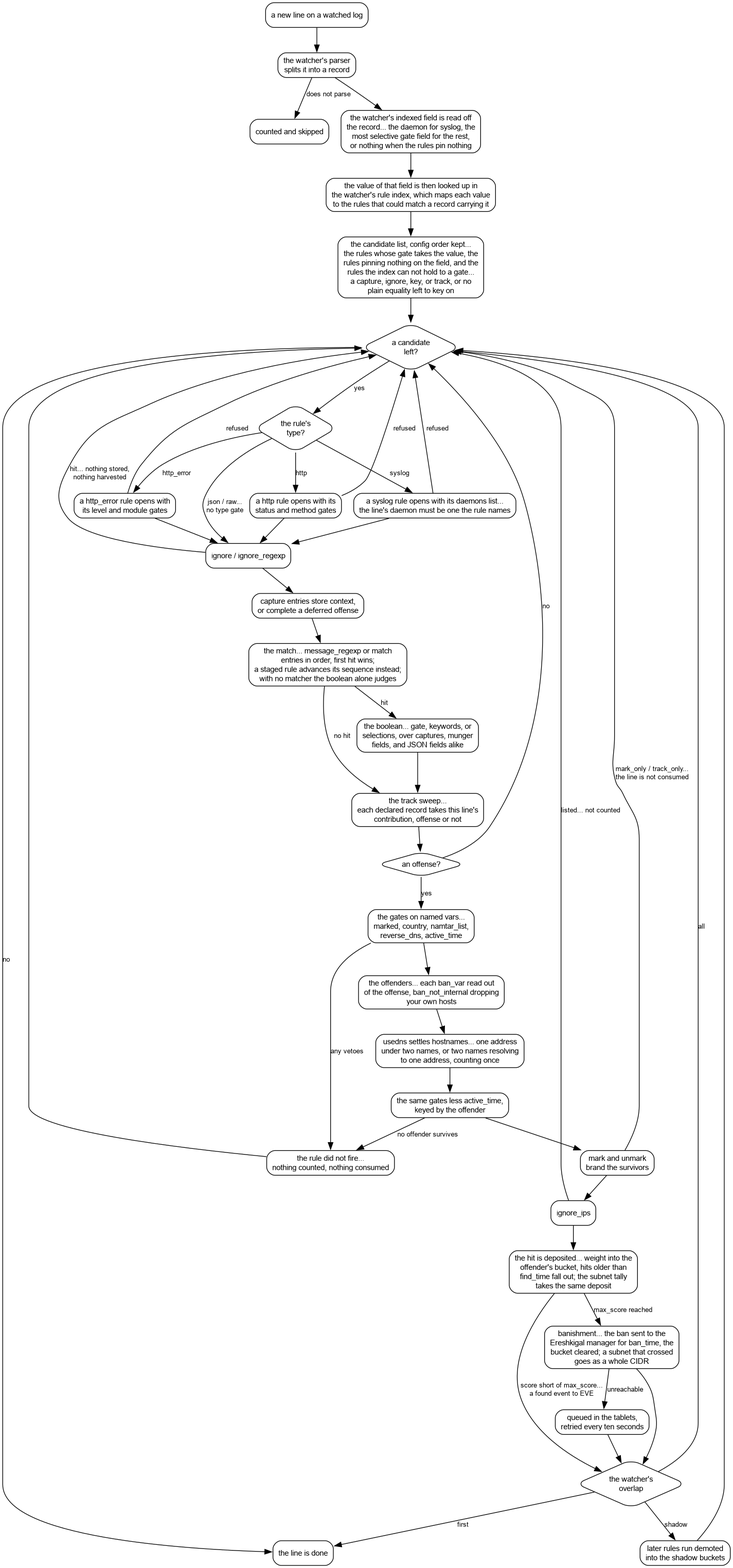
The Graphviz diagram docs/from-a-line-to-a-ban.png in VVelox/Baphomet, before a commit. Its source is kept beside it as docs/from-a-line-to-a-ban.dot. Its diagram source:
```dot
digraph from_a_line_to_a_ban {
	rankdir = TB;
	node [shape = box, style = rounded, fontname = "Helvetica", fontsize = 11];
	edge [fontname = "Helvetica", fontsize = 10];

	line [label = "a new line on a watched log"];
	parse [label = "the watcher's parser\nsplits it into a record"];
	skip [label = "counted and skipped"];
	field [label = "the watcher's indexed field is read off\nthe record... the daemon for syslog, the\nmost selective gate field for the rest,\nor nothing when the rules pin nothing"];
	lookup [label = "the value of that field is then looked up in\nthe watcher's rule index, which maps each value\nto the rules that could match a record carrying it"];
	cands [label = "the candidate list, config order kept...\nthe rules whose gate takes the value, the\nrules pinning nothing on the field, and the\nrules the index can not hold to a gate...\na capture, ignore, key, or track, or no\nplain equality left to key on"];
	next [label = "a candidate\nleft?", shape = diamond];
	done [label = "the line is done"];
	type [label = "the rule's\ntype?", shape = diamond];
	tsyslog [label = "a syslog rule opens with its daemons list...\nthe line's daemon must be one the rule names"];
	thttp [label = "a http rule opens with its\nstatus and method gates"];
	thttperr [label = "a http_error rule opens with\nits level and module gates"];
	ign [label = "ignore / ignore_regexp"];
	capt [label = "capture entries store context,\nor complete a deferred offense"];
	match [label = "the match... message_regexp or match\nentries in order, first hit wins;\na staged rule advances its sequence instead;\nwith no matcher the boolean alone judges"];
	bool [label = "the boolean... gate, keywords, or\nselections, over captures, munger\nfields, and JSON fields alike"];
	sweep [label = "the track sweep...\neach declared record takes this line's\ncontribution, offense or not"];
	fired [label = "an offense?", shape = diamond];
	gates [label = "the gates on named vars...\nmarked, country, namtar_list,\nreverse_dns, active_time"];
	nofire [label = "the rule did not fire...\nnothing counted, nothing consumed"];
	cand [label = "the offenders... each ban_var read out\nof the offense, ban_not_internal dropping\nyour own hosts"];
	scrub [label = "usedns settles hostnames... one address\nunder two names, or two names resolving\nto one address, counting once"];
	ogates [label = "the same gates less active_time,\nkeyed by the offender"];
	brand [label = "mark and unmark\nbrand the survivors"];
	igip [label = "ignore_ips"];
	count [label = "the hit is deposited... weight into the\noffender's bucket, hits older than\nfind_time fall out; the subnet tally\ntakes the same deposit"];
	ban [label = "banishment... the ban sent to the\nEreshkigal manager for ban_time, the\nbucket cleared; a subnet that crossed\ngoes as a whole CIDR"];
	queue [label = "queued in the tablets,\nretried every ten seconds"];
	consume [label = "the watcher's\noverlap", shape = diamond];
	shadow [label = "later rules run demoted\ninto the shadow buckets"];

	line -> parse;
	parse -> skip [label = "does not parse"];
	parse -> field;
	field -> lookup;
	lookup -> cands;
	cands -> next;
	next -> done [label = "no"];
	next -> type [label = "yes"];
	type -> tsyslog [label = "syslog"];
	type -> thttp [label = "http"];
	type -> thttperr [label = "http_error"];
	type -> ign [label = "json / raw...\nno type gate"];
	tsyslog -> next [label = "refused"];
	thttp -> next [label = "refused"];
	thttperr -> next [label = "refused"];
	tsyslog -> ign;
	thttp -> ign;
	thttperr -> ign;
	ign -> next [label = "hit... nothing stored,\nnothing harvested"];
	ign -> capt;
	capt -> match;
	match -> sweep [label = "no hit"];
	match -> bool [label = "hit"];
	bool -> sweep;
	sweep -> fired;
	fired -> next [label = "no"];
	fired -> gates [label = "yes"];
	gates -> nofire [label = "any vetoes"];
	nofire -> next;
	gates -> cand;
	cand -> scrub;
	scrub -> ogates;
	ogates -> nofire [label = "no offender survives"];
	ogates -> brand;
	brand -> next [label = "mark_only / track_only...\nthe line is not consumed"];
	brand -> igip;
	igip -> next [label = "listed... not counted"];
	igip -> count;
	count -> consume [label = "score short of max_score...\na found event to EVE"];
	count -> ban [label = "max_score reached"];
	ban -> queue [label = "unreachable"];
	queue -> consume;
	ban -> consume;
	consume -> done [label = "first"];
	consume -> shadow [label = "shadow"];
	shadow -> next;
	consume -> next [label = "all"];
}
```
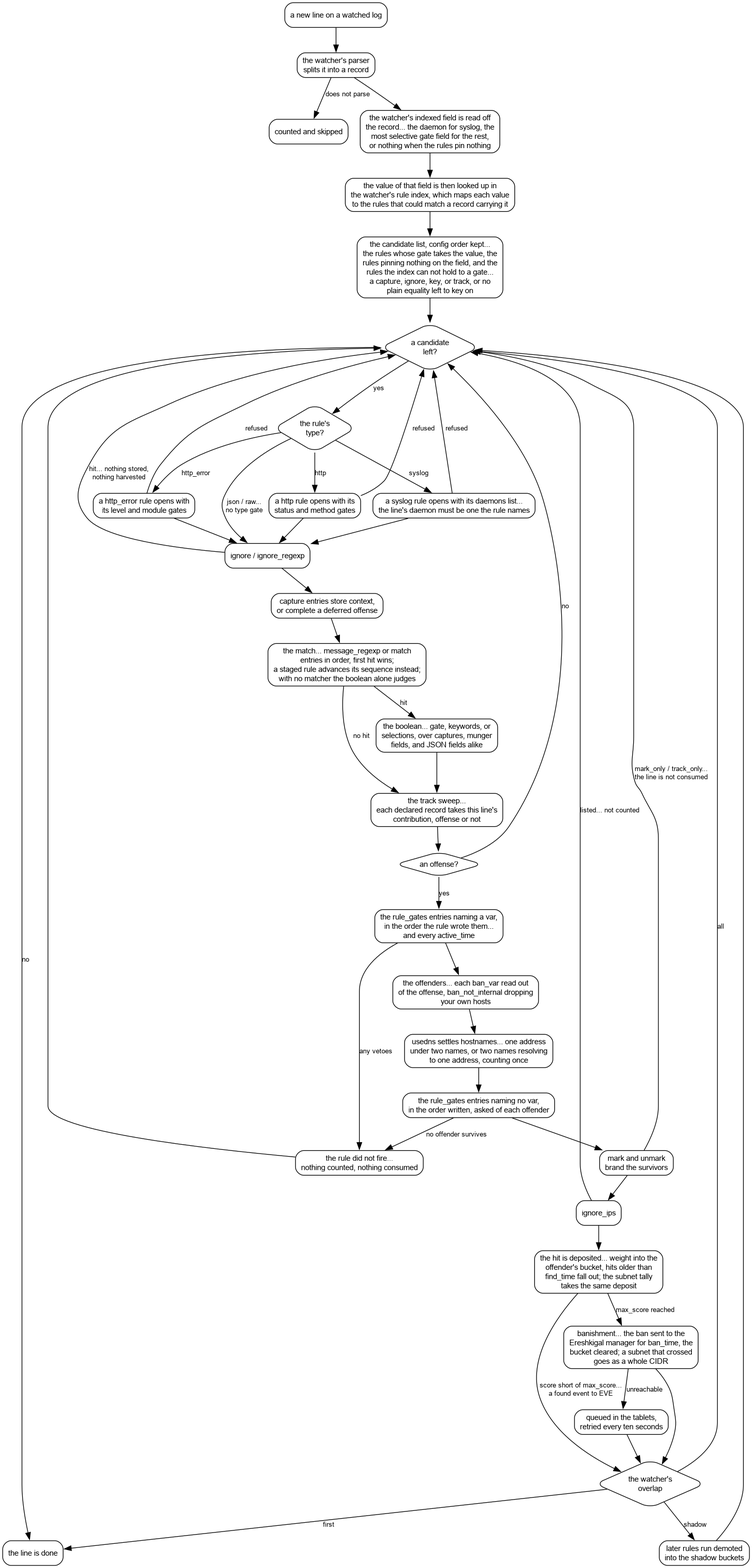
Later version of the same file.

Change to the diagram source:
```diff
@@ -21,11 +21,11 @@
 	bool [label = "the boolean... gate, keywords, or\nselections, over captures, munger\nfields, and JSON fields alike"];
 	sweep [label = "the track sweep...\neach declared record takes this line's\ncontribution, offense or not"];
 	fired [label = "an offense?", shape = diamond];
-	gates [label = "the gates on named vars...\nmarked, country, namtar_list,\nreverse_dns, active_time"];
+	gates [label = "the rule_gates entries naming a var,\nin the order the rule wrote them...\nand every active_time"];
 	nofire [label = "the rule did not fire...\nnothing counted, nothing consumed"];
 	cand [label = "the offenders... each ban_var read out\nof the offense, ban_not_internal dropping\nyour own hosts"];
 	scrub [label = "usedns settles hostnames... one address\nunder two names, or two names resolving\nto one address, counting once"];
-	ogates [label = "the same gates less active_time,\nkeyed by the offender"];
+	ogates [label = "the rule_gates entries naming no var,\nin the order written, asked of each offender"];
 	brand [label = "mark and unmark\nbrand the survivors"];
 	igip [label = "ignore_ips"];
 	count [label = "the hit is deposited... weight into the\noffender's bucket, hits older than\nfind_time fall out; the subnet tally\ntakes the same deposit"];
```
